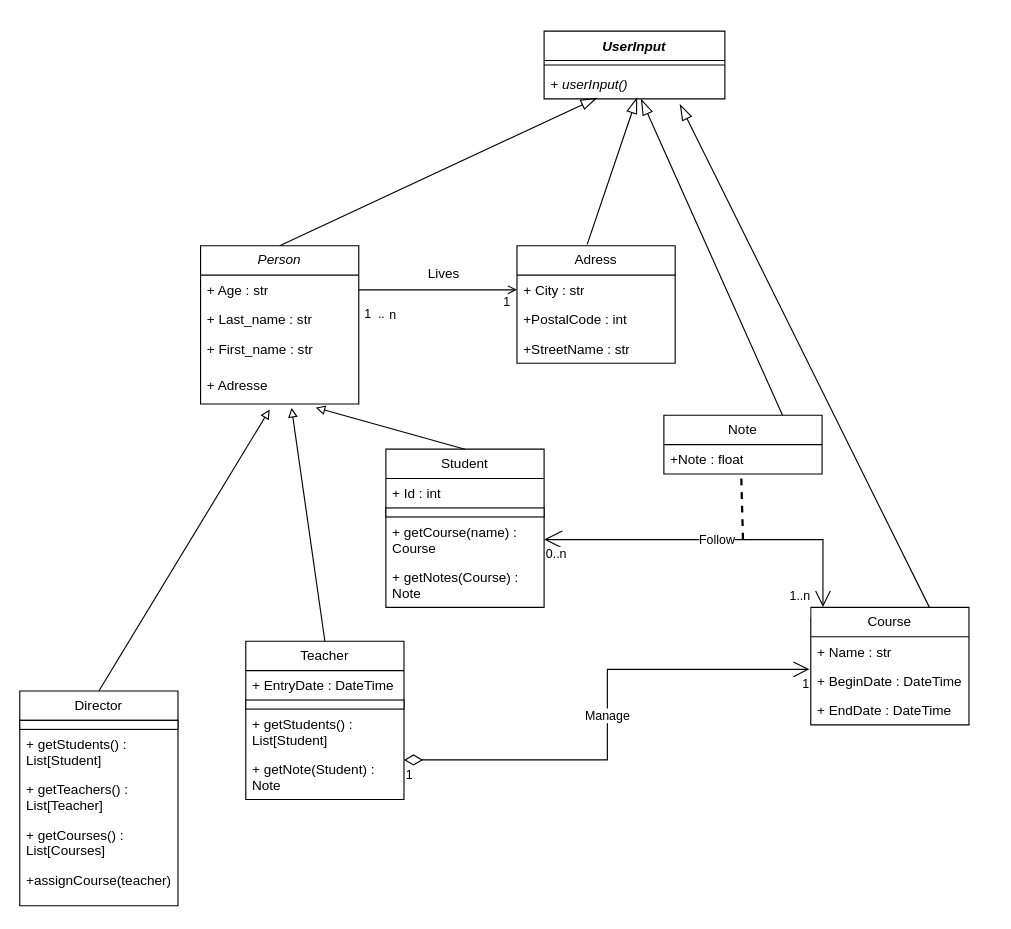
This is gestion_ecole.drawio from johandeschamps/gestion_ecole, a draw.io file, before an edit. Source tidied: cells renumbered, new cells numbered last; positions are measured from the earlier drawing's top-left corner, leaving out a move shared by most shapes. Both pictures are drawn from the tidied source at 113%, with x=0, y=0 at pixel (19, 31).
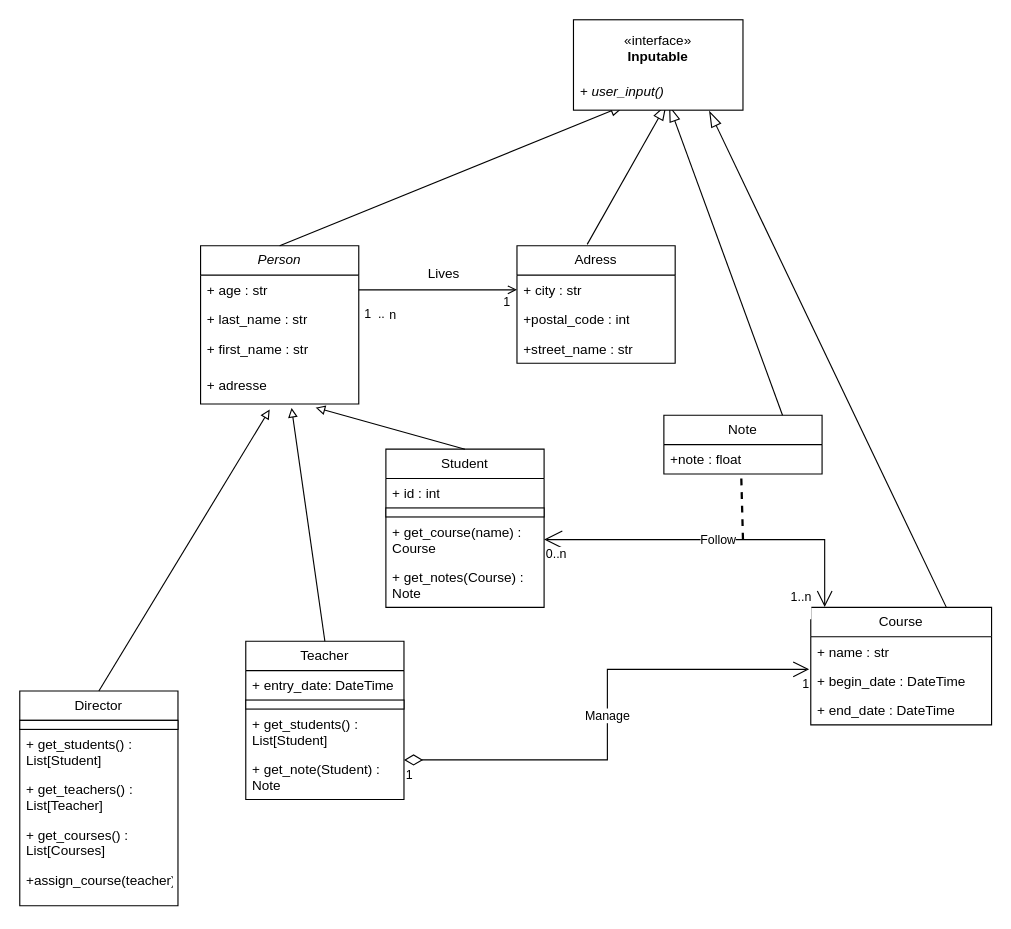
The same diagram, later.

The change refers to these unchanged cells:
```xml
<mxCell id="2" value="&lt;i&gt;Person&lt;/i&gt;" style="swimlane;fontStyle=0;horizontal=1;startSize=26;fillColor=none;whiteSpace=wrap;html=1;" parent="1" vertex="1">
  <mxGeometry x="160" y="190" width="140" height="140" as="geometry" />
</mxCell>
<mxCell id="7" value="&lt;span style=&quot;text-align: left;&quot;&gt;Adress&lt;/span&gt;" style="swimlane;fontStyle=0;horizontal=1;startSize=26;fillColor=none;whiteSpace=wrap;html=1;" parent="1" vertex="1">
  <mxGeometry x="440" y="190" width="140" height="104" as="geometry" />
</mxCell>
<mxCell id="17" value="Student" style="swimlane;fontStyle=0;horizontal=1;startSize=26;fillColor=none;whiteSpace=wrap;html=1;" parent="1" vertex="1">
  <mxGeometry x="324" y="370" width="140" height="140" as="geometry" />
</mxCell>
<mxCell id="23" value="Teacher" style="swimlane;fontStyle=0;horizontal=1;startSize=26;fillColor=none;whiteSpace=wrap;html=1;" parent="1" vertex="1">
  <mxGeometry x="200" y="540" width="140" height="140" as="geometry" />
</mxCell>
<mxCell id="29" value="Director" style="swimlane;fontStyle=0;horizontal=1;startSize=26;fillColor=none;whiteSpace=wrap;html=1;" parent="1" vertex="1">
  <mxGeometry y="584" width="140" height="190" as="geometry" />
</mxCell>
<mxCell id="40" value="Note" style="swimlane;fontStyle=0;horizontal=1;startSize=26;fillColor=none;whiteSpace=wrap;html=1;" parent="1" vertex="1">
  <mxGeometry x="570" y="340" width="140" height="52" as="geometry" />
</mxCell>
```

Change to the diagram source:
```diff
@@
-    <mxCell id="3" value="+ Age : str" style="text;strokeColor=none;fillColor=none;align=left;verticalAlign=top;spacingLeft=4;spacingRight=4;overflow=hidden;points=[[0,0.5],[1,0.5]];portConstraint=eastwest;whiteSpace=wrap;html=1;" parent="2" vertex="1">
+    <mxCell id="3" value="+ age : str" style="text;strokeColor=none;fillColor=none;align=left;verticalAlign=top;spacingLeft=4;spacingRight=4;overflow=hidden;points=[[0,0.5],[1,0.5]];portConstraint=eastwest;whiteSpace=wrap;html=1;" parent="2" vertex="1">
       <mxGeometry y="26" width="140" height="26" as="geometry" />
     </mxCell>
-    <mxCell id="4" value="+ Last_name : str" style="text;strokeColor=none;fillColor=none;align=left;verticalAlign=top;spacingLeft=4;spacingRight=4;overflow=hidden;whiteSpace=wrap;html=1;" parent="2" vertex="1">
+    <mxCell id="4" value="+ last_name : str" style="text;strokeColor=none;fillColor=none;align=left;verticalAlign=top;spacingLeft=4;spacingRight=4;overflow=hidden;whiteSpace=wrap;html=1;" parent="2" vertex="1">
       <mxGeometry y="52" width="140" height="26" as="geometry" />
     </mxCell>
-    <mxCell id="5" value="+ First_name : str" style="text;strokeColor=none;fillColor=none;align=left;verticalAlign=top;spacingLeft=4;spacingRight=4;overflow=hidden;whiteSpace=wrap;html=1;" parent="2" vertex="1">
+    <mxCell id="5" value="+ first_name : str" style="text;strokeColor=none;fillColor=none;align=left;verticalAlign=top;spacingLeft=4;spacingRight=4;overflow=hidden;whiteSpace=wrap;html=1;" parent="2" vertex="1">
       <mxGeometry y="78" width="140" height="32" as="geometry" />
     </mxCell>
-    <mxCell id="6" value="+ Adresse" style="text;strokeColor=none;fillColor=none;align=left;verticalAlign=top;spacingLeft=4;spacingRight=4;overflow=hidden;points=[[0,0.5],[1,0.5]];portConstraint=eastwest;whiteSpace=wrap;html=1;" parent="2" vertex="1">
+    <mxCell id="6" value="+ adresse" style="text;strokeColor=none;fillColor=none;align=left;verticalAlign=top;spacingLeft=4;spacingRight=4;overflow=hidden;points=[[0,0.5],[1,0.5]];portConstraint=eastwest;whiteSpace=wrap;html=1;" parent="2" vertex="1">
       <mxGeometry y="110" width="140" height="30" as="geometry" />
     </mxCell>
@@
-    <mxCell id="8" value="+ City : str" style="text;strokeColor=none;fillColor=none;align=left;verticalAlign=top;spacingLeft=4;spacingRight=4;overflow=hidden;points=[[0,0.5],[1,0.5]];portConstraint=eastwest;whiteSpace=wrap;html=1;" parent="7" vertex="1">
+    <mxCell id="8" value="+ city : str" style="text;strokeColor=none;fillColor=none;align=left;verticalAlign=top;spacingLeft=4;spacingRight=4;overflow=hidden;points=[[0,0.5],[1,0.5]];portConstraint=eastwest;whiteSpace=wrap;html=1;" parent="7" vertex="1">
       <mxGeometry y="26" width="140" height="26" as="geometry" />
     </mxCell>
-    <mxCell id="9" value="+PostalCode : int" style="text;strokeColor=none;fillColor=none;align=left;verticalAlign=top;spacingLeft=4;spacingRight=4;overflow=hidden;whiteSpace=wrap;html=1;" parent="7" vertex="1">
+    <mxCell id="9" value="+postal_code : int" style="text;strokeColor=none;fillColor=none;align=left;verticalAlign=top;spacingLeft=4;spacingRight=4;overflow=hidden;whiteSpace=wrap;html=1;" parent="7" vertex="1">
       <mxGeometry y="52" width="140" height="26" as="geometry" />
     </mxCell>
-    <mxCell id="10" value="+StreetName : str" style="text;strokeColor=none;fillColor=none;align=left;verticalAlign=top;spacingLeft=4;spacingRight=4;overflow=hidden;whiteSpace=wrap;html=1;" parent="7" vertex="1">
+    <mxCell id="10" value="+street_name : str" style="text;strokeColor=none;fillColor=none;align=left;verticalAlign=top;spacingLeft=4;spacingRight=4;overflow=hidden;whiteSpace=wrap;html=1;" parent="7" vertex="1">
       <mxGeometry y="78" width="140" height="26" as="geometry" />
     </mxCell>
@@
-    <mxCell id="18" value="+ Id : int" style="text;strokeColor=none;fillColor=none;align=left;verticalAlign=top;spacingLeft=4;spacingRight=4;overflow=hidden;whiteSpace=wrap;html=1;" parent="17" vertex="1">
+    <mxCell id="18" value="+ id : int" style="text;strokeColor=none;fillColor=none;align=left;verticalAlign=top;spacingLeft=4;spacingRight=4;overflow=hidden;whiteSpace=wrap;html=1;" parent="17" vertex="1">
       <mxGeometry y="26" width="140" height="26" as="geometry" />
     </mxCell>
@@
-    <mxCell id="20" value="+ getCourse(name) : Course&lt;br&gt;" style="text;strokeColor=none;fillColor=none;align=left;verticalAlign=top;spacingLeft=4;spacingRight=4;overflow=hidden;points=[[0,0.5],[1,0.5]];portConstraint=eastwest;whiteSpace=wrap;html=1;" parent="17" vertex="1">
+    <mxCell id="20" value="+ get_course(name) : Course" style="text;strokeColor=none;fillColor=none;align=left;verticalAlign=top;spacingLeft=4;spacingRight=4;overflow=hidden;points=[[0,0.5],[1,0.5]];portConstraint=eastwest;whiteSpace=wrap;html=1;" parent="17" vertex="1">
       <mxGeometry y="60" width="140" height="40" as="geometry" />
     </mxCell>
-    <mxCell id="21" value="+ getNotes(Course) : Note" style="text;strokeColor=none;fillColor=none;align=left;verticalAlign=top;spacingLeft=4;spacingRight=4;overflow=hidden;whiteSpace=wrap;html=1;" parent="17" vertex="1">
+    <mxCell id="21" value="+ get_notes(Course) : Note" style="text;strokeColor=none;fillColor=none;align=left;verticalAlign=top;spacingLeft=4;spacingRight=4;overflow=hidden;whiteSpace=wrap;html=1;" parent="17" vertex="1">
       <mxGeometry y="100" width="140" height="40" as="geometry" />
     </mxCell>
@@
-    <mxCell id="24" value="+ EntryDate : DateTime" style="text;strokeColor=none;fillColor=none;align=left;verticalAlign=top;spacingLeft=4;spacingRight=4;overflow=hidden;whiteSpace=wrap;html=1;" parent="23" vertex="1">
+    <mxCell id="24" value="+ entry_date: DateTime" style="text;strokeColor=none;fillColor=none;align=left;verticalAlign=top;spacingLeft=4;spacingRight=4;overflow=hidden;whiteSpace=wrap;html=1;" parent="23" vertex="1">
       <mxGeometry y="26" width="140" height="26" as="geometry" />
     </mxCell>
@@
-    <mxCell id="26" value="+ getStudents() : List[Student]" style="text;strokeColor=none;fillColor=none;align=left;verticalAlign=top;spacingLeft=4;spacingRight=4;overflow=hidden;whiteSpace=wrap;html=1;" parent="23" vertex="1">
+    <mxCell id="26" value="+ get_students() : List[Student]" style="text;strokeColor=none;fillColor=none;align=left;verticalAlign=top;spacingLeft=4;spacingRight=4;overflow=hidden;whiteSpace=wrap;html=1;" parent="23" vertex="1">
       <mxGeometry y="60" width="140" height="40" as="geometry" />
     </mxCell>
-    <mxCell id="27" value="+ getNote(Student) : Note" style="text;strokeColor=none;fillColor=none;align=left;verticalAlign=top;spacingLeft=4;spacingRight=4;overflow=hidden;whiteSpace=wrap;html=1;" parent="23" vertex="1">
+    <mxCell id="27" value="+ get_note(Student) : Note" style="text;strokeColor=none;fillColor=none;align=left;verticalAlign=top;spacingLeft=4;spacingRight=4;overflow=hidden;whiteSpace=wrap;html=1;" parent="23" vertex="1">
       <mxGeometry y="100" width="140" height="40" as="geometry" />
     </mxCell>
@@
-    <mxCell id="31" value="+ getStudents() : List[Student]" style="text;strokeColor=none;fillColor=none;align=left;verticalAlign=top;spacingLeft=4;spacingRight=4;overflow=hidden;whiteSpace=wrap;html=1;" parent="29" vertex="1">
+    <mxCell id="31" value="+ get_students() : List[Student]" style="text;strokeColor=none;fillColor=none;align=left;verticalAlign=top;spacingLeft=4;spacingRight=4;overflow=hidden;whiteSpace=wrap;html=1;" parent="29" vertex="1">
       <mxGeometry y="34" width="140" height="40" as="geometry" />
     </mxCell>
-    <mxCell id="32" value="+ getTeachers() : List[Teacher]" style="text;strokeColor=none;fillColor=none;align=left;verticalAlign=top;spacingLeft=4;spacingRight=4;overflow=hidden;whiteSpace=wrap;html=1;" parent="29" vertex="1">
+    <mxCell id="32" value="+ get_teachers() : List[Teacher]" style="text;strokeColor=none;fillColor=none;align=left;verticalAlign=top;spacingLeft=4;spacingRight=4;overflow=hidden;whiteSpace=wrap;html=1;" parent="29" vertex="1">
       <mxGeometry y="74" width="140" height="40" as="geometry" />
     </mxCell>
-    <mxCell id="33" value="+ getCourses() : List[Courses]" style="text;strokeColor=none;fillColor=none;align=left;verticalAlign=top;spacingLeft=4;spacingRight=4;overflow=hidden;whiteSpace=wrap;html=1;" parent="29" vertex="1">
+    <mxCell id="33" value="+ get_courses() : List[Courses]" style="text;strokeColor=none;fillColor=none;align=left;verticalAlign=top;spacingLeft=4;spacingRight=4;overflow=hidden;whiteSpace=wrap;html=1;" parent="29" vertex="1">
       <mxGeometry y="114" width="140" height="40" as="geometry" />
     </mxCell>
-    <mxCell id="34" value="+assignCourse(teacher)" style="text;strokeColor=none;fillColor=none;align=left;verticalAlign=top;spacingLeft=4;spacingRight=4;overflow=hidden;whiteSpace=wrap;html=1;" parent="29" vertex="1">
+    <mxCell id="34" value="+assign_course(teacher)" style="text;strokeColor=none;fillColor=none;align=left;verticalAlign=top;spacingLeft=4;spacingRight=4;overflow=hidden;whiteSpace=wrap;html=1;" parent="29" vertex="1">
       <mxGeometry y="154" width="140" height="36" as="geometry" />
     </mxCell>
@@
     <mxCell id="36" value="Course" style="swimlane;fontStyle=0;horizontal=1;startSize=26;fillColor=none;whiteSpace=wrap;html=1;" parent="1" vertex="1">
-      <mxGeometry x="700" y="510" width="140" height="104" as="geometry" />
+      <mxGeometry x="700" y="510" width="160" height="104" as="geometry" />
     </mxCell>
-    <mxCell id="37" value="+ Name : str" style="text;strokeColor=none;fillColor=none;align=left;verticalAlign=top;spacingLeft=4;spacingRight=4;overflow=hidden;whiteSpace=wrap;html=1;" parent="36" vertex="1">
-      <mxGeometry y="26" width="140" height="26" as="geometry" />
+    <mxCell id="37" value="+ name : str" style="text;strokeColor=none;fillColor=none;align=left;verticalAlign=top;spacingLeft=4;spacingRight=4;overflow=hidden;whiteSpace=wrap;html=1;" parent="36" vertex="1">
+      <mxGeometry y="26" width="160" height="26" as="geometry" />
     </mxCell>
-    <mxCell id="38" value="+ BeginDate : DateTime" style="text;strokeColor=none;fillColor=none;align=left;verticalAlign=top;spacingLeft=4;spacingRight=4;overflow=hidden;points=[[0,0.5],[1,0.5]];portConstraint=eastwest;whiteSpace=wrap;html=1;" parent="36" vertex="1">
-      <mxGeometry y="52" width="140" height="26" as="geometry" />
+    <mxCell id="38" value="+ begin_date : DateTime" style="text;strokeColor=none;fillColor=none;align=left;verticalAlign=top;spacingLeft=4;spacingRight=4;overflow=hidden;points=[[0,0.5],[1,0.5]];portConstraint=eastwest;whiteSpace=wrap;html=1;" parent="36" vertex="1">
+      <mxGeometry y="52" width="160" height="26" as="geometry" />
     </mxCell>
-    <mxCell id="39" value="+ EndDate : DateTime" style="text;strokeColor=none;fillColor=none;align=left;verticalAlign=top;spacingLeft=4;spacingRight=4;overflow=hidden;whiteSpace=wrap;html=1;" parent="36" vertex="1">
-      <mxGeometry y="78" width="140" height="26" as="geometry" />
+    <mxCell id="39" value="+ end_date : DateTime" style="text;strokeColor=none;fillColor=none;align=left;verticalAlign=top;spacingLeft=4;spacingRight=4;overflow=hidden;whiteSpace=wrap;html=1;" parent="36" vertex="1">
+      <mxGeometry y="78" width="160" height="26" as="geometry" />
     </mxCell>
@@
-    <mxCell id="41" value="+Note : float" style="text;strokeColor=none;fillColor=none;align=left;verticalAlign=top;spacingLeft=4;spacingRight=4;overflow=hidden;points=[[0,0.5],[1,0.5]];portConstraint=eastwest;whiteSpace=wrap;html=1;" parent="40" vertex="1">
+    <mxCell id="41" value="+note : float" style="text;strokeColor=none;fillColor=none;align=left;verticalAlign=top;spacingLeft=4;spacingRight=4;overflow=hidden;points=[[0,0.5],[1,0.5]];portConstraint=eastwest;whiteSpace=wrap;html=1;" parent="40" vertex="1">
       <mxGeometry y="26" width="140" height="26" as="geometry" />
     </mxCell>
@@
-    <mxCell id="49" value="&lt;i&gt;UserInput&lt;/i&gt;" style="swimlane;fontStyle=1;align=center;verticalAlign=top;horizontal=1;startSize=26;whiteSpace=wrap;html=1;" parent="1" vertex="1">
-      <mxGeometry x="464" width="160" height="60" as="geometry" />
-    </mxCell>
-    <mxCell id="50" style="line;strokeWidth=1;fillColor=none;align=left;verticalAlign=middle;spacingTop=-1;spacingLeft=3;spacingRight=3;labelPosition=right;strokeColor=inherit;" parent="49" vertex="1">
-      <mxGeometry y="26" width="160" height="8" as="geometry" />
-    </mxCell>
-    <mxCell id="51" value="&lt;i&gt;+ userInput()&lt;/i&gt;" style="text;strokeColor=none;fillColor=none;align=left;verticalAlign=top;spacingLeft=4;spacingRight=4;overflow=hidden;points=[[0,0.5],[1,0.5]];portConstraint=eastwest;whiteSpace=wrap;html=1;" parent="49" vertex="1">
-      <mxGeometry y="34" width="160" height="26" as="geometry" />
-    </mxCell>
@@
+    <mxCell id="56" value="«interface»&lt;br&gt;&lt;b&gt;Inputable&lt;br&gt;&lt;br&gt;&lt;br&gt;&lt;/b&gt;" style="html=1;whiteSpace=wrap;" parent="1" vertex="1">
+      <mxGeometry x="490" y="-10" width="150" height="80" as="geometry" />
+    </mxCell>
+    <mxCell id="51" value="&lt;i&gt;+ user_input()&lt;/i&gt;" style="text;strokeColor=none;fillColor=none;align=left;verticalAlign=top;spacingLeft=4;spacingRight=4;overflow=hidden;points=[[0,0.5],[1,0.5]];portConstraint=eastwest;whiteSpace=wrap;html=1;" parent="1" vertex="1">
+      <mxGeometry x="490" y="40" width="160" height="26" as="geometry" />
+    </mxCell>
```
